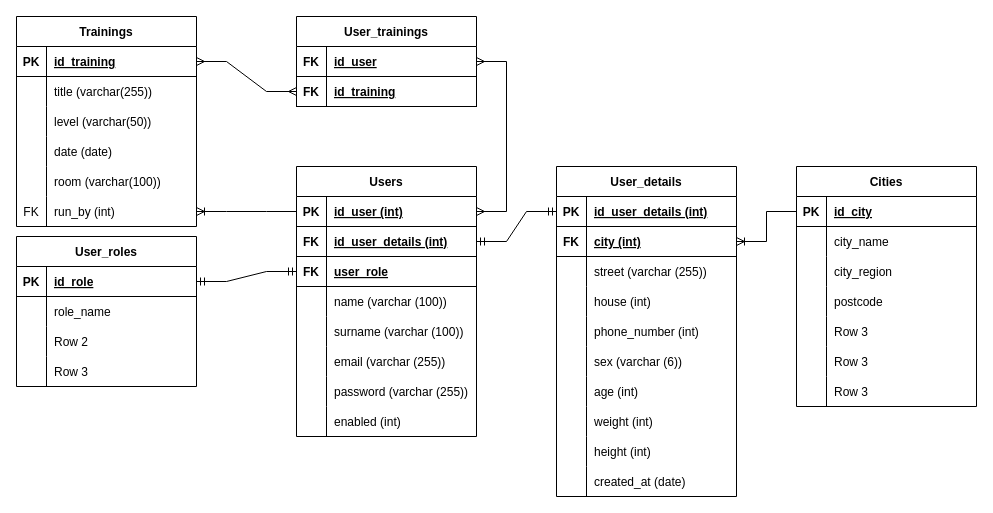
KamilDeren/WdPAI_PersonalTrainerWebsite keeps this draw.io diagram as erd.drawio. Above is the earlier version. Source tidied: cells renumbered, new cells numbered last; positions are measured from the earlier drawing's top-left corner, leaving out a move shared by most shapes. Both pictures are drawn from the tidied source at 100%, with x=0, y=0 at pixel (16, 16).
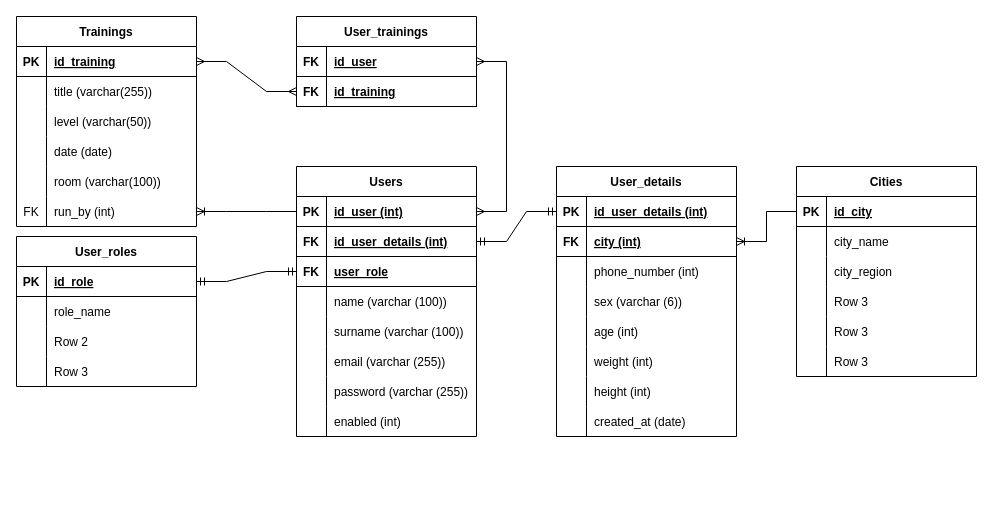
After the change.

Diff of the diagram source:
```diff
@@
     <mxCell id="2" value="Cities" style="shape=table;startSize=30;childLayout=tableLayout;rowLines=0;fontStyle=1;align=center;" parent="1" vertex="1">
-      <mxGeometry x="780" y="150" width="180" height="240" as="geometry" />
+      <mxGeometry x="780" y="150" width="180" height="210" as="geometry" />
     </mxCell>
@@
-    <mxCell id="12" style="shape=tableRow;horizontal=0;startSize=0;swimlaneHead=0;swimlaneBody=0;fillColor=none;top=0;left=0;right=0;bottom=0;" parent="2" vertex="1">
-      <mxGeometry y="120" width="180" height="30" as="geometry" />
-    </mxCell>
-    <mxCell id="13" style="shape=partialRectangle;fillColor=none;top=0;left=0;bottom=0;right=0;overflow=hidden;" parent="12" vertex="1">
-      <mxGeometry width="30" height="30" as="geometry" />
-    </mxCell>
-    <mxCell id="14" value="postcode" style="shape=partialRectangle;fillColor=none;top=0;left=0;bottom=0;right=0;align=left;spacingLeft=6;overflow=hidden;" parent="12" vertex="1">
-      <mxGeometry x="30" width="150" height="30" as="geometry" />
-    </mxCell>
     <mxCell id="15" style="shape=tableRow;horizontal=0;startSize=0;swimlaneHead=0;swimlaneBody=0;fillColor=none;top=0;left=0;right=0;bottom=0;" parent="2" vertex="1">
-      <mxGeometry y="150" width="180" height="30" as="geometry" />
+      <mxGeometry y="120" width="180" height="30" as="geometry" />
     </mxCell>
@@
     <mxCell id="18" style="shape=tableRow;horizontal=0;startSize=0;swimlaneHead=0;swimlaneBody=0;fillColor=none;top=0;left=0;right=0;bottom=0;" parent="2" vertex="1">
-      <mxGeometry y="180" width="180" height="30" as="geometry" />
+      <mxGeometry y="150" width="180" height="30" as="geometry" />
     </mxCell>
@@
     <mxCell id="21" style="shape=tableRow;horizontal=0;startSize=0;swimlaneHead=0;swimlaneBody=0;fillColor=none;top=0;left=0;right=0;bottom=0;" parent="2" vertex="1">
-      <mxGeometry y="210" width="180" height="30" as="geometry" />
+      <mxGeometry y="180" width="180" height="30" as="geometry" />
     </mxCell>
@@
     <mxCell id="24" value="User_details" style="shape=table;startSize=30;childLayout=tableLayout;rowLines=0;fontStyle=1;align=center;" parent="1" vertex="1">
-      <mxGeometry x="540" y="150" width="180" height="330" as="geometry" />
+      <mxGeometry x="540" y="150" width="180" height="270" as="geometry" />
     </mxCell>
@@
-    <mxCell id="31" style="shape=tableRow;horizontal=0;startSize=0;swimlaneHead=0;swimlaneBody=0;fillColor=none;top=0;left=0;right=0;bottom=0;" parent="24" vertex="1">
-      <mxGeometry y="90" width="180" height="30" as="geometry" />
-    </mxCell>
-    <mxCell id="32" style="shape=partialRectangle;fillColor=none;top=0;left=0;bottom=0;right=0;overflow=hidden;" parent="31" vertex="1">
-      <mxGeometry width="30" height="30" as="geometry" />
-    </mxCell>
-    <mxCell id="33" value="street (varchar (255))" style="shape=partialRectangle;fillColor=none;top=0;left=0;bottom=0;right=0;align=left;spacingLeft=6;overflow=hidden;" parent="31" vertex="1">
-      <mxGeometry x="30" width="150" height="30" as="geometry" />
-    </mxCell>
-    <mxCell id="34" style="shape=tableRow;horizontal=0;startSize=0;swimlaneHead=0;swimlaneBody=0;fillColor=none;top=0;left=0;right=0;bottom=0;" parent="24" vertex="1">
-      <mxGeometry y="120" width="180" height="30" as="geometry" />
-    </mxCell>
-    <mxCell id="35" style="shape=partialRectangle;fillColor=none;top=0;left=0;bottom=0;right=0;overflow=hidden;" parent="34" vertex="1">
-      <mxGeometry width="30" height="30" as="geometry" />
-    </mxCell>
-    <mxCell id="36" value="house (int)" style="shape=partialRectangle;fillColor=none;top=0;left=0;bottom=0;right=0;align=left;spacingLeft=6;overflow=hidden;" parent="34" vertex="1">
-      <mxGeometry x="30" width="150" height="30" as="geometry" />
-    </mxCell>
     <mxCell id="37" style="shape=tableRow;horizontal=0;startSize=0;swimlaneHead=0;swimlaneBody=0;fillColor=none;top=0;left=0;right=0;bottom=0;" parent="24" vertex="1">
-      <mxGeometry y="150" width="180" height="30" as="geometry" />
+      <mxGeometry y="90" width="180" height="30" as="geometry" />
     </mxCell>
@@
     <mxCell id="40" style="shape=tableRow;horizontal=0;startSize=0;swimlaneHead=0;swimlaneBody=0;fillColor=none;top=0;left=0;right=0;bottom=0;" parent="24" vertex="1">
-      <mxGeometry y="180" width="180" height="30" as="geometry" />
+      <mxGeometry y="120" width="180" height="30" as="geometry" />
     </mxCell>
@@
     <mxCell id="43" style="shape=tableRow;horizontal=0;startSize=0;swimlaneHead=0;swimlaneBody=0;fillColor=none;top=0;left=0;right=0;bottom=0;" parent="24" vertex="1">
-      <mxGeometry y="210" width="180" height="30" as="geometry" />
+      <mxGeometry y="150" width="180" height="30" as="geometry" />
     </mxCell>
@@
     <mxCell id="46" style="shape=tableRow;horizontal=0;startSize=0;swimlaneHead=0;swimlaneBody=0;fillColor=none;top=0;left=0;right=0;bottom=0;" parent="24" vertex="1">
-      <mxGeometry y="240" width="180" height="30" as="geometry" />
+      <mxGeometry y="180" width="180" height="30" as="geometry" />
     </mxCell>
@@
     <mxCell id="49" style="shape=tableRow;horizontal=0;startSize=0;swimlaneHead=0;swimlaneBody=0;fillColor=none;top=0;left=0;right=0;bottom=0;" parent="24" vertex="1">
-      <mxGeometry y="270" width="180" height="30" as="geometry" />
+      <mxGeometry y="210" width="180" height="30" as="geometry" />
     </mxCell>
@@
     <mxCell id="52" style="shape=tableRow;horizontal=0;startSize=0;swimlaneHead=0;swimlaneBody=0;fillColor=none;top=0;left=0;right=0;bottom=0;" parent="24" vertex="1">
-      <mxGeometry y="300" width="180" height="30" as="geometry" />
+      <mxGeometry y="240" width="180" height="30" as="geometry" />
     </mxCell>
```
